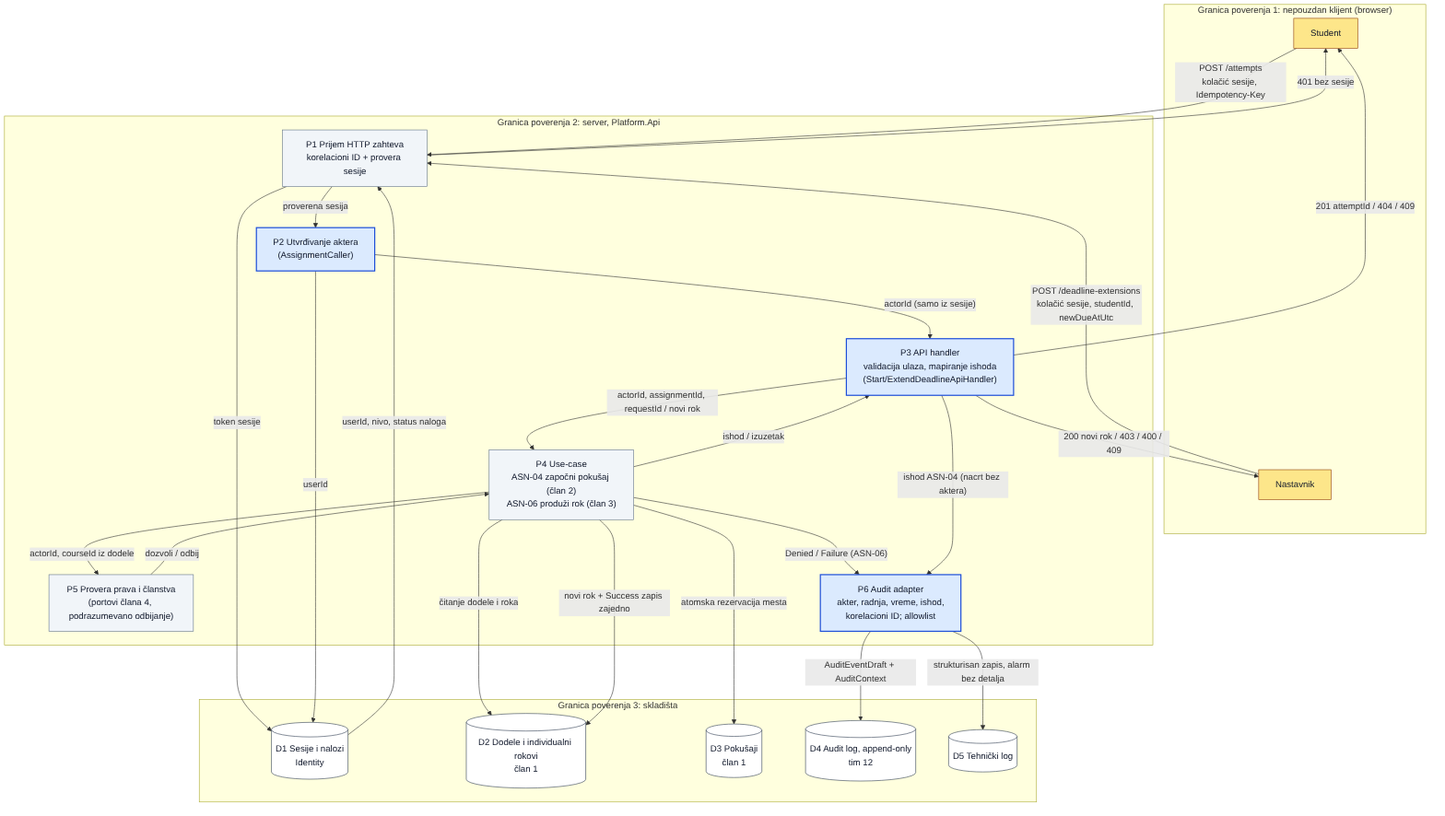
owlCoder/security-lab keeps this Mermaid diagram as docs/components/assignments-audit-api/diagrams/asn-audit-api-dfd.png. Above is the earlier version. Its source is kept beside it as docs/components/assignments-audit-api/diagrams/asn-audit-api-dfd.mmd.
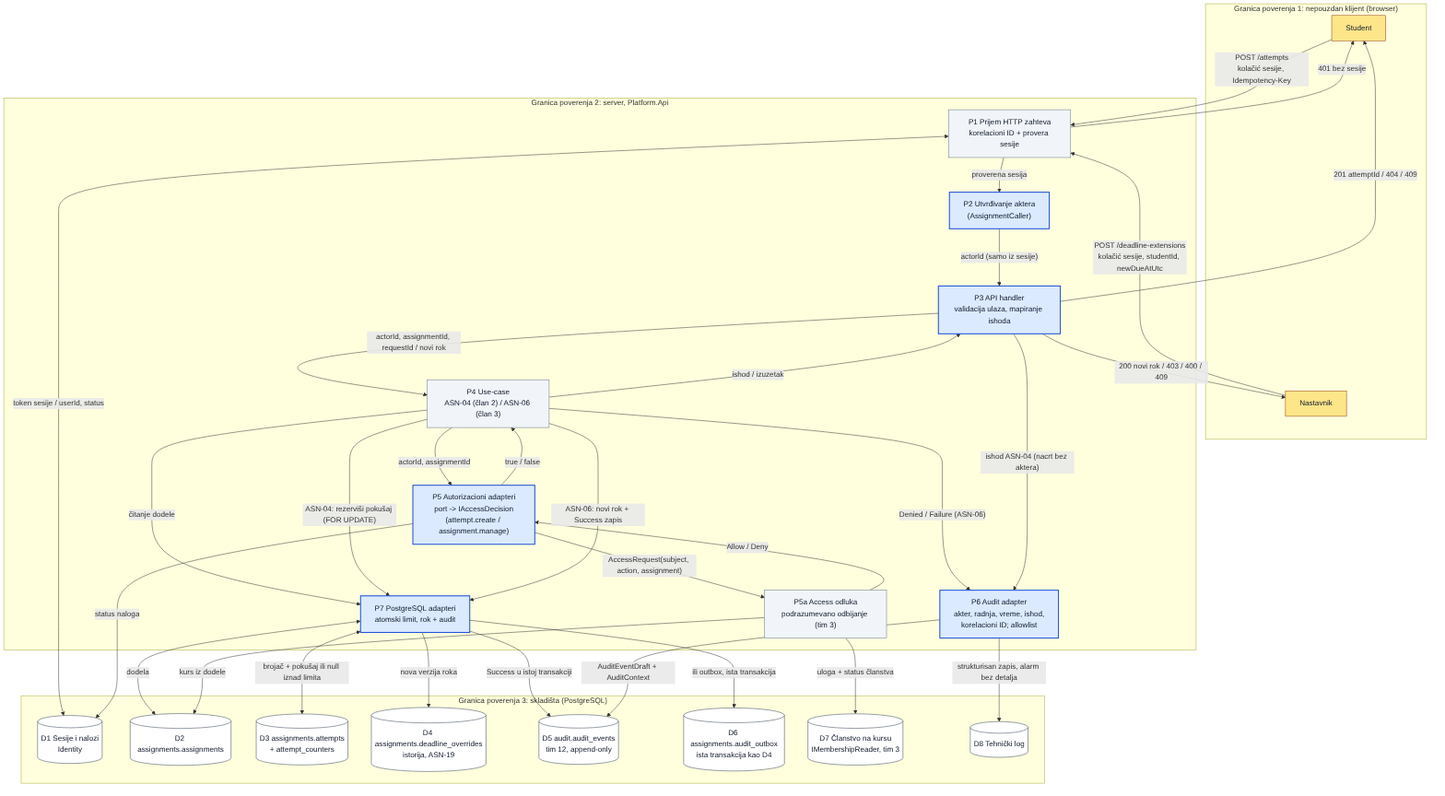
The same diagram one commit later.

The edit, as a diff of the source:
```diff
@@ -12,38 +12,51 @@
   subgraph TB2["Granica poverenja 2: server, Platform.Api"]
     P1["P1 Prijem HTTP zahteva<br/>korelacioni ID + provera sesije"]:::procOther
     P2["P2 Utvrđivanje aktera<br/>(AssignmentCaller)"]:::proc
-    P3["P3 API handler<br/>validacija ulaza, mapiranje ishoda<br/>(Start/ExtendDeadlineApiHandler)"]:::proc
-    P4["P4 Use-case<br/>ASN-04 započni pokušaj (član 2)<br/>ASN-06 produži rok (član 3)"]:::procOther
-    P5["P5 Provera prava i članstva<br/>(portovi člana 4, podrazumevano odbijanje)"]:::procOther
+    P3["P3 API handler<br/>validacija ulaza, mapiranje ishoda"]:::proc
+    P4["P4 Use-case<br/>ASN-04 (član 2) / ASN-06 (član 3)"]:::procOther
+    P5["P5 Autorizacioni adapteri<br/>port -> IAccessDecision<br/>(attempt.create / assignment.manage)"]:::proc
+    P5A["P5a Access odluka<br/>podrazumevano odbijanje (tim 3)"]:::procOther
     P6["P6 Audit adapter<br/>akter, radnja, vreme, ishod,<br/>korelacioni ID; allowlist"]:::proc
+    P7["P7 PostgreSQL adapteri<br/>atomski limit, rok + audit"]:::proc
   end
 
-  subgraph TB3["Granica poverenja 3: skladišta"]
+  subgraph TB3["Granica poverenja 3: skladišta (PostgreSQL)"]
     D1[("D1 Sesije i nalozi<br/>Identity")]:::store
-    D2[("D2 Dodele i individualni rokovi<br/>član 1")]:::store
-    D3[("D3 Pokušaji<br/>član 1")]:::store
-    D4[("D4 Audit log, append-only<br/>tim 12")]:::store
-    D5[("D5 Tehnički log")]:::store
+    D2[("D2 assignments.assignments")]:::store
+    D3[("D3 assignments.attempts<br/>+ attempt_counters")]:::store
+    D4[("D4 assignments.deadline_overrides<br/>istorija, ASN-19")]:::store
+    D5[("D5 audit.audit_events<br/>tim 12, append-only")]:::store
+    D6[("D6 assignments.audit_outbox<br/>ista transakcija kao D4")]:::store
+    D7[("D7 Članstvo na kursu<br/>IMembershipReader, tim 3")]:::store
+    D8[("D8 Tehnički log")]:::store
   end
 
   STU -->|"POST /attempts<br/>kolačić sesije, Idempotency-Key"| P1
   TCH -->|"POST /deadline-extensions<br/>kolačić sesije, studentId, newDueAtUtc"| P1
-  P1 -->|"token sesije"| D1
-  D1 -->|"userId, nivo, status naloga"| P1
+  P1 <-->|"token sesije / userId, status"| D1
   P1 -->|"401 bez sesije"| STU
   P1 -->|"proverena sesija"| P2
-  P2 -->|"userId"| D1
   P2 -->|"actorId (samo iz sesije)"| P3
   P3 -->|"actorId, assignmentId, requestId / novi rok"| P4
-  P4 -->|"actorId, courseId iz dodele"| P5
-  P5 -->|"dozvoli / odbij"| P4
-  P4 -->|"čitanje dodele i roka"| D2
-  P4 -->|"atomska rezervacija mesta"| D3
-  P4 -->|"novi rok + Success zapis zajedno"| D2
+  P4 -->|"čitanje dodele"| P7
+  P7 <-->|"dodela"| D2
+  P4 -->|"actorId, assignmentId"| P5
+  P5 -->|"status naloga"| D1
+  P5 -->|"AccessRequest(subject, action, assignment)"| P5A
+  P5A -->|"kurs iz dodele"| D2
+  P5A -->|"uloga + status članstva"| D7
+  P5A -->|"Allow / Deny"| P5
+  P5 -->|"true / false"| P4
+  P4 -->|"ASN-04: rezerviši pokušaj (FOR UPDATE)"| P7
+  P7 <-->|"brojač + pokušaj ili null iznad limita"| D3
+  P4 -->|"ASN-06: novi rok + Success zapis"| P7
+  P7 -->|"nova verzija roka"| D4
+  P7 -->|"Success u istoj transakciji"| D5
+  P7 -->|"ili outbox, ista transakcija"| D6
   P4 -->|"ishod / izuzetak"| P3
   P4 -->|"Denied / Failure (ASN-06)"| P6
   P3 -->|"ishod ASN-04 (nacrt bez aktera)"| P6
-  P6 -->|"AuditEventDraft + AuditContext"| D4
-  P6 -->|"strukturisan zapis, alarm bez detalja"| D5
+  P6 -->|"AuditEventDraft + AuditContext"| D5
+  P6 -->|"strukturisan zapis, alarm bez detalja"| D8
   P3 -->|"201 attemptId / 404 / 409"| STU
   P3 -->|"200 novi rok / 403 / 400 / 409"| TCH
```
